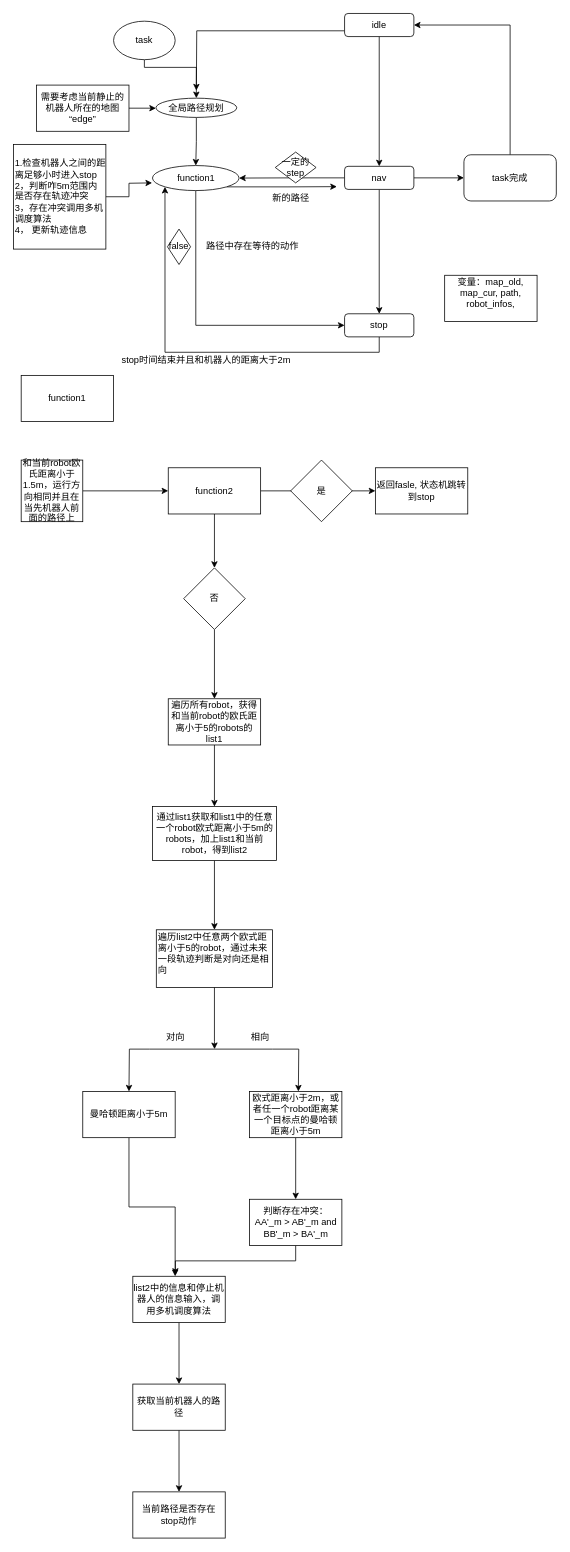
Before: page "Page-1" (1 of 2) of documents/状态机设计.drawio in Peter1qaz2wsx/flow_chart-, a draw.io diagram. Source tidied: cells renumbered, new cells numbered last; positions are measured from the earlier drawing's top-left corner, leaving out a move shared by most shapes. Both pictures are drawn from the tidied source at 77%, with x=0, y=0 at pixel (13, 13).
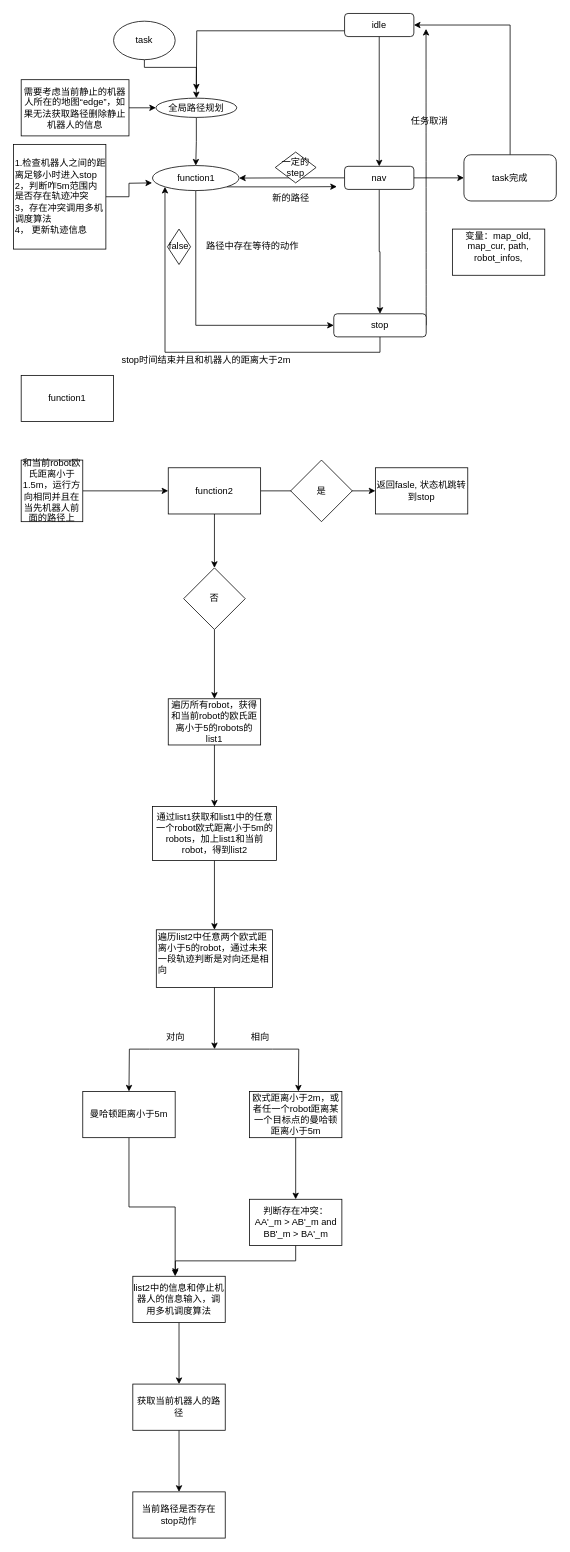
Above is the later version.

Commit message:
Update 状态机设计.drawio

The edit, as a diff of the source:
```diff
@@
+    <mxCell id="63" style="edgeStyle=none;curved=1;rounded=0;jettySize=auto;html=1;exitX=1;exitY=0.5;exitDx=0;exitDy=0;endArrow=classic;endFill=1;sourcePerimeterSpacing=8;targetPerimeterSpacing=8;" parent="1" edge="1" source="10">
+      <mxGeometry relative="1" as="geometry">
+        <mxPoint x="535.8" y="20" as="targetPoint" />
+      </mxGeometry>
+    </mxCell>
     <mxCell id="10" value="stop" style="rounded=1;whiteSpace=wrap;html=1;" parent="1" vertex="1">
-      <mxGeometry x="430" y="390" width="90" height="30" as="geometry" />
+      <mxGeometry x="416" y="390" width="120" height="30" as="geometry" />
     </mxCell>
@@
-    <mxCell id="16" value="需要考虑当前静止的机器人所在的地图“edge”" style="rounded=0;whiteSpace=wrap;html=1;" parent="1" vertex="1">
-      <mxGeometry x="30" y="93" width="120" height="60" as="geometry" />
+    <mxCell id="16" value="需要考虑当前静止的机器人所在的地图“edge”，如果无法获取路径删除静止机器人的信息" style="rounded=0;whiteSpace=wrap;html=1;" parent="1" vertex="1">
+      <mxGeometry x="10" y="86" width="140" height="73" as="geometry" />
     </mxCell>
@@
     <mxCell id="62" value="&lt;div&gt;变量：map_old, map_cur, path, robot_infos, &lt;br&gt;&lt;/div&gt;&lt;div&gt;&lt;br&gt;&lt;/div&gt;" style="whiteSpace=wrap;html=1;" parent="1" vertex="1">
-      <mxGeometry x="560" y="340" width="120" height="60" as="geometry" />
+      <mxGeometry x="570" y="280" width="120" height="60" as="geometry" />
     </mxCell>
+    <mxCell id="64" value="任务取消" style="text;html=1;align=center;verticalAlign=middle;strokeColor=none;fillColor=none;" parent="1" vertex="1">
+      <mxGeometry x="510" y="130" width="60" height="20" as="geometry" />
+    </mxCell>
```
